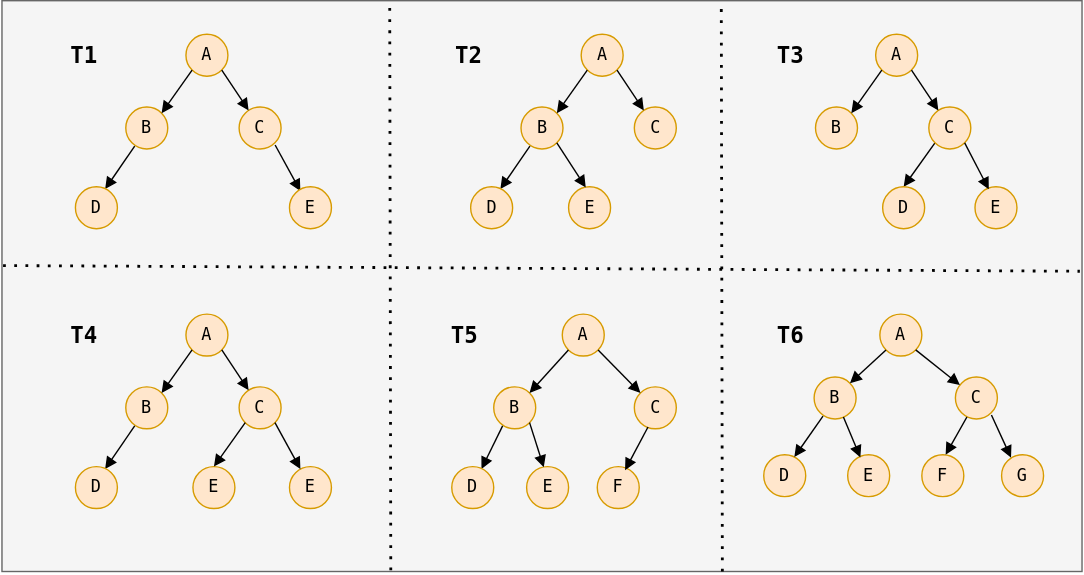
This is public/diagrams/binary-tree-type-examples.svg from datkumar/code-journal, a draw.io export, as it was before one commit. Source tidied: cells renumbered, new cells last; positions are measured from the earlier drawing's top-left corner, leaving out a move shared by most shapes. The source it was exported from:
```xml
<mxGraphModel>
  <root>
    <mxCell id="0" />
    <mxCell id="1" parent="0" />
    <mxCell id="2" style="rounded=0;whiteSpace=wrap;html=1;fillColor=#f5f5f5;fontColor=#000000;strokeColor=#666666;fontFamily=monospace;" parent="1" vertex="1">
      <mxGeometry x="0.5" width="772" height="408" as="geometry" />
    </mxCell>
    <mxCell id="3" value="T1" style="text;html=1;align=center;verticalAlign=middle;whiteSpace=wrap;rounded=0;fontFamily=monospace;fontSize=16;fontStyle=1;fontColor=#000000;" parent="1" vertex="1">
      <mxGeometry x="36" y="24" width="47" height="30" as="geometry" />
    </mxCell>
    <mxCell id="4" value="A" style="ellipse;whiteSpace=wrap;html=1;fillColor=#ffe6cc;strokeColor=#d79b00;fontFamily=monospace;fontColor=#000000;" parent="1" vertex="1">
      <mxGeometry x="628" y="224" width="30" height="30" as="geometry" />
    </mxCell>
    <mxCell id="5" value="B" style="ellipse;whiteSpace=wrap;html=1;fillColor=#ffe6cc;strokeColor=#d79b00;fontFamily=monospace;fontColor=#000000;" parent="1" vertex="1">
      <mxGeometry x="581" y="269" width="30" height="30" as="geometry" />
    </mxCell>
    <mxCell id="6" value="D" style="ellipse;whiteSpace=wrap;html=1;fillColor=#ffe6cc;strokeColor=#d79b00;fontFamily=monospace;fontColor=#000000;" parent="1" vertex="1">
      <mxGeometry x="545" y="324.5" width="30" height="30" as="geometry" />
    </mxCell>
    <mxCell id="7" style="endArrow=block;html=1;rounded=0;exitX=0;exitY=1;exitDx=0;exitDy=0;entryX=1;entryY=0;entryDx=0;entryDy=0;endFill=1;strokeColor=light-dark(#000000,#000000);startFill=0;fontFamily=monospace;fontColor=#000000;" parent="1" edge="1" source="4" target="5">
      <mxGeometry relative="1" as="geometry" />
    </mxCell>
    <mxCell id="8" style="endArrow=block;html=1;rounded=0;exitX=0.212;exitY=0.931;exitDx=0;exitDy=0;entryX=0.728;entryY=0.056;entryDx=0;entryDy=0;entryPerimeter=0;endFill=1;strokeColor=light-dark(#000000,#000000);startFill=0;exitPerimeter=0;fontFamily=monospace;fontColor=#000000;" parent="1" edge="1" source="5" target="6">
      <mxGeometry relative="1" as="geometry" />
    </mxCell>
    <mxCell id="9" value="C" style="ellipse;whiteSpace=wrap;html=1;fillColor=#ffe6cc;strokeColor=#d79b00;fontFamily=monospace;fontColor=#000000;" parent="1" vertex="1">
      <mxGeometry x="682" y="269" width="30" height="30" as="geometry" />
    </mxCell>
    <mxCell id="10" style="endArrow=block;html=1;rounded=0;exitX=1;exitY=1;exitDx=0;exitDy=0;endFill=1;strokeColor=light-dark(#000000,#000000);startFill=0;fontFamily=monospace;fontColor=#000000;" parent="1" edge="1" source="4" target="9">
      <mxGeometry relative="1" as="geometry" />
    </mxCell>
    <mxCell id="11" value="E" style="ellipse;whiteSpace=wrap;html=1;fillColor=#ffe6cc;strokeColor=#d79b00;fontFamily=monospace;fontColor=#000000;" parent="1" vertex="1">
      <mxGeometry x="605" y="324.5" width="30" height="30" as="geometry" />
    </mxCell>
    <mxCell id="12" style="endArrow=block;html=1;rounded=0;exitX=0.698;exitY=0.95;exitDx=0;exitDy=0;endFill=1;strokeColor=light-dark(#000000,#000000);startFill=0;fontFamily=monospace;fontColor=#000000;entryX=0.302;entryY=0.067;entryDx=0;entryDy=0;entryPerimeter=0;exitPerimeter=0;" parent="1" edge="1" source="5" target="11">
      <mxGeometry relative="1" as="geometry" />
    </mxCell>
    <mxCell id="13" value="F" style="ellipse;whiteSpace=wrap;html=1;fillColor=#ffe6cc;strokeColor=#d79b00;fontFamily=monospace;fontColor=#000000;" parent="1" vertex="1">
      <mxGeometry x="658" y="324.5" width="30" height="30" as="geometry" />
    </mxCell>
    <mxCell id="14" value="G" style="ellipse;whiteSpace=wrap;html=1;fillColor=#ffe6cc;strokeColor=#d79b00;fontFamily=monospace;fontColor=#000000;" parent="1" vertex="1">
      <mxGeometry x="715" y="324.5" width="30" height="30" as="geometry" />
    </mxCell>
    <mxCell id="15" style="endArrow=block;html=1;rounded=0;exitX=0.274;exitY=0.952;exitDx=0;exitDy=0;entryX=0.567;entryY=0;entryDx=0;entryDy=0;entryPerimeter=0;endFill=1;strokeColor=light-dark(#000000,#000000);startFill=0;exitPerimeter=0;fontFamily=monospace;fontColor=#000000;" parent="1" edge="1" source="9" target="13">
      <mxGeometry relative="1" as="geometry" />
    </mxCell>
    <mxCell id="16" style="endArrow=block;html=1;rounded=0;exitX=0.858;exitY=0.904;exitDx=0;exitDy=0;endFill=1;strokeColor=light-dark(#000000,#000000);startFill=0;fontFamily=monospace;fontColor=#000000;entryX=0.225;entryY=0.072;entryDx=0;entryDy=0;entryPerimeter=0;exitPerimeter=0;" parent="1" edge="1" source="9" target="14">
      <mxGeometry relative="1" as="geometry" />
    </mxCell>
    <mxCell id="17" value="A" style="ellipse;whiteSpace=wrap;html=1;fillColor=#ffe6cc;strokeColor=#d79b00;fontFamily=monospace;fontColor=#000000;" parent="1" vertex="1">
      <mxGeometry x="132" y="24" width="30" height="30" as="geometry" />
    </mxCell>
    <mxCell id="18" value="B" style="ellipse;whiteSpace=wrap;html=1;fillColor=#ffe6cc;strokeColor=#d79b00;fontFamily=monospace;fontColor=#000000;" parent="1" vertex="1">
      <mxGeometry x="89" y="76" width="30" height="30" as="geometry" />
    </mxCell>
    <mxCell id="19" style="endArrow=block;html=1;rounded=0;exitX=0;exitY=1;exitDx=0;exitDy=0;entryX=1;entryY=0;entryDx=0;entryDy=0;endFill=1;strokeColor=light-dark(#000000,#000000);startFill=0;fontFamily=monospace;fontColor=#000000;" parent="1" edge="1" source="17" target="18">
      <mxGeometry relative="1" as="geometry" />
    </mxCell>
    <mxCell id="20" style="endArrow=block;html=1;rounded=0;exitX=0.212;exitY=0.931;exitDx=0;exitDy=0;entryX=0.708;entryY=0.056;entryDx=0;entryDy=0;entryPerimeter=0;endFill=1;strokeColor=light-dark(#000000,#000000);startFill=0;exitPerimeter=0;fontFamily=monospace;fontColor=#000000;" parent="1" edge="1" source="18" target="24">
      <mxGeometry relative="1" as="geometry" />
    </mxCell>
    <mxCell id="21" value="C" style="ellipse;whiteSpace=wrap;html=1;fillColor=#ffe6cc;strokeColor=#d79b00;fontFamily=monospace;fontColor=#000000;" parent="1" vertex="1">
      <mxGeometry x="170" y="76" width="30" height="30" as="geometry" />
    </mxCell>
    <mxCell id="22" style="endArrow=block;html=1;rounded=0;exitX=1;exitY=1;exitDx=0;exitDy=0;endFill=1;strokeColor=light-dark(#000000,#000000);startFill=0;fontFamily=monospace;fontColor=#000000;" parent="1" edge="1" source="17" target="21">
      <mxGeometry relative="1" as="geometry" />
    </mxCell>
    <mxCell id="23" style="endArrow=block;html=1;rounded=0;exitX=0.858;exitY=0.904;exitDx=0;exitDy=0;endFill=1;strokeColor=light-dark(#000000,#000000);startFill=0;fontFamily=monospace;fontColor=#000000;exitPerimeter=0;entryX=0.26;entryY=0.104;entryDx=0;entryDy=0;entryPerimeter=0;" parent="1" edge="1" source="21" target="25">
      <mxGeometry relative="1" as="geometry" />
    </mxCell>
    <mxCell id="24" value="D" style="ellipse;whiteSpace=wrap;html=1;fillColor=#ffe6cc;strokeColor=#d79b00;fontFamily=monospace;fontColor=#000000;" parent="1" vertex="1">
      <mxGeometry x="53" y="133" width="30" height="30" as="geometry" />
    </mxCell>
    <mxCell id="25" value="E" style="ellipse;whiteSpace=wrap;html=1;fillColor=#ffe6cc;strokeColor=#d79b00;fontFamily=monospace;fontColor=#000000;" parent="1" vertex="1">
      <mxGeometry x="206" y="133" width="30" height="30" as="geometry" />
    </mxCell>
    <mxCell id="26" value="A" style="ellipse;whiteSpace=wrap;html=1;fillColor=#ffe6cc;strokeColor=#d79b00;fontFamily=monospace;fontColor=#000000;" parent="1" vertex="1">
      <mxGeometry x="401" y="224" width="30" height="30" as="geometry" />
    </mxCell>
    <mxCell id="27" value="B" style="ellipse;whiteSpace=wrap;html=1;fillColor=#ffe6cc;strokeColor=#d79b00;fontFamily=monospace;fontColor=#000000;" parent="1" vertex="1">
      <mxGeometry x="352" y="276" width="30" height="30" as="geometry" />
    </mxCell>
    <mxCell id="28" style="endArrow=block;html=1;rounded=0;exitX=0;exitY=1;exitDx=0;exitDy=0;entryX=1;entryY=0;entryDx=0;entryDy=0;endFill=1;strokeColor=light-dark(#000000,#000000);startFill=0;fontFamily=monospace;fontColor=#000000;" parent="1" edge="1" source="26" target="27">
      <mxGeometry relative="1" as="geometry" />
    </mxCell>
    <mxCell id="29" style="endArrow=block;html=1;rounded=0;exitX=0.212;exitY=0.931;exitDx=0;exitDy=0;entryX=0.708;entryY=0.056;entryDx=0;entryDy=0;entryPerimeter=0;endFill=1;strokeColor=light-dark(#000000,#000000);startFill=0;exitPerimeter=0;fontFamily=monospace;fontColor=#000000;" parent="1" edge="1" source="27" target="32">
      <mxGeometry relative="1" as="geometry" />
    </mxCell>
    <mxCell id="30" value="C" style="ellipse;whiteSpace=wrap;html=1;fillColor=#ffe6cc;strokeColor=#d79b00;fontFamily=monospace;fontColor=#000000;" parent="1" vertex="1">
      <mxGeometry x="452.5" y="276" width="30" height="30" as="geometry" />
    </mxCell>
    <mxCell id="31" style="endArrow=block;html=1;rounded=0;exitX=1;exitY=1;exitDx=0;exitDy=0;endFill=1;strokeColor=light-dark(#000000,#000000);startFill=0;fontFamily=monospace;fontColor=#000000;" parent="1" edge="1" source="26" target="30">
      <mxGeometry relative="1" as="geometry" />
    </mxCell>
    <mxCell id="32" value="D" style="ellipse;whiteSpace=wrap;html=1;fillColor=#ffe6cc;strokeColor=#d79b00;fontFamily=monospace;fontColor=#000000;" parent="1" vertex="1">
      <mxGeometry x="322" y="333" width="30" height="30" as="geometry" />
    </mxCell>
    <mxCell id="33" value="E" style="ellipse;whiteSpace=wrap;html=1;fillColor=#ffe6cc;strokeColor=#d79b00;fontFamily=monospace;fontColor=#000000;" parent="1" vertex="1">
      <mxGeometry x="375.5" y="333" width="30" height="30" as="geometry" />
    </mxCell>
    <mxCell id="34" style="endArrow=block;html=1;rounded=0;exitX=1;exitY=1;exitDx=0;exitDy=0;endFill=1;strokeColor=light-dark(#000000,#000000);startFill=0;fontFamily=monospace;fontColor=#000000;entryX=0.409;entryY=0.018;entryDx=0;entryDy=0;entryPerimeter=0;" parent="1" edge="1" source="27" target="33">
      <mxGeometry relative="1" as="geometry" />
    </mxCell>
    <mxCell id="35" value="A" style="ellipse;whiteSpace=wrap;html=1;fillColor=#ffe6cc;strokeColor=#d79b00;fontFamily=monospace;fontColor=#000000;" parent="1" vertex="1">
      <mxGeometry x="625" y="24" width="30" height="30" as="geometry" />
    </mxCell>
    <mxCell id="36" value="B" style="ellipse;whiteSpace=wrap;html=1;fillColor=#ffe6cc;strokeColor=#d79b00;fontFamily=monospace;fontColor=#000000;" parent="1" vertex="1">
      <mxGeometry x="582" y="76" width="30" height="30" as="geometry" />
    </mxCell>
    <mxCell id="37" style="endArrow=block;html=1;rounded=0;exitX=0;exitY=1;exitDx=0;exitDy=0;entryX=1;entryY=0;entryDx=0;entryDy=0;endFill=1;strokeColor=light-dark(#000000,#000000);startFill=0;fontFamily=monospace;fontColor=#000000;" parent="1" edge="1" source="35" target="36">
      <mxGeometry relative="1" as="geometry" />
    </mxCell>
    <mxCell id="38" style="endArrow=block;html=1;rounded=0;exitX=0;exitY=1;exitDx=0;exitDy=0;entryX=0.5;entryY=0;entryDx=0;entryDy=0;endFill=1;strokeColor=light-dark(#000000,#000000);startFill=0;fontFamily=monospace;fontColor=#000000;" parent="1" edge="1" source="39" target="41">
      <mxGeometry relative="1" as="geometry" />
    </mxCell>
    <mxCell id="39" value="C" style="ellipse;whiteSpace=wrap;html=1;fillColor=#ffe6cc;strokeColor=#d79b00;fontFamily=monospace;fontColor=#000000;" parent="1" vertex="1">
      <mxGeometry x="663" y="76" width="30" height="30" as="geometry" />
    </mxCell>
    <mxCell id="40" style="endArrow=block;html=1;rounded=0;exitX=1;exitY=1;exitDx=0;exitDy=0;endFill=1;strokeColor=light-dark(#000000,#000000);startFill=0;fontFamily=monospace;fontColor=#000000;" parent="1" edge="1" source="35" target="39">
      <mxGeometry relative="1" as="geometry" />
    </mxCell>
    <mxCell id="41" value="D" style="ellipse;whiteSpace=wrap;html=1;fillColor=#ffe6cc;strokeColor=#d79b00;fontFamily=monospace;fontColor=#000000;" parent="1" vertex="1">
      <mxGeometry x="630" y="133" width="30" height="30" as="geometry" />
    </mxCell>
    <mxCell id="42" value="E" style="ellipse;whiteSpace=wrap;html=1;fillColor=#ffe6cc;strokeColor=#d79b00;fontFamily=monospace;fontColor=#000000;" parent="1" vertex="1">
      <mxGeometry x="696" y="133" width="30" height="30" as="geometry" />
    </mxCell>
    <mxCell id="43" style="endArrow=block;html=1;rounded=0;exitX=1;exitY=1;exitDx=0;exitDy=0;endFill=1;strokeColor=light-dark(#000000,#000000);startFill=0;fontFamily=monospace;fontColor=#000000;entryX=0.329;entryY=0.062;entryDx=0;entryDy=0;entryPerimeter=0;" parent="1" edge="1" source="39" target="42">
      <mxGeometry relative="1" as="geometry" />
    </mxCell>
    <mxCell id="44" value="A" style="ellipse;whiteSpace=wrap;html=1;fillColor=#ffe6cc;strokeColor=#d79b00;fontFamily=monospace;fontColor=#000000;" parent="1" vertex="1">
      <mxGeometry x="132" y="224" width="30" height="30" as="geometry" />
    </mxCell>
    <mxCell id="45" value="B" style="ellipse;whiteSpace=wrap;html=1;fillColor=#ffe6cc;strokeColor=#d79b00;fontFamily=monospace;fontColor=#000000;" parent="1" vertex="1">
      <mxGeometry x="89" y="276" width="30" height="30" as="geometry" />
    </mxCell>
    <mxCell id="46" style="endArrow=block;html=1;rounded=0;exitX=0;exitY=1;exitDx=0;exitDy=0;entryX=1;entryY=0;entryDx=0;entryDy=0;endFill=1;strokeColor=light-dark(#000000,#000000);startFill=0;fontFamily=monospace;fontColor=#000000;" parent="1" edge="1" source="44" target="45">
      <mxGeometry relative="1" as="geometry" />
    </mxCell>
    <mxCell id="47" style="endArrow=block;html=1;rounded=0;exitX=0.212;exitY=0.931;exitDx=0;exitDy=0;entryX=0.708;entryY=0.056;entryDx=0;entryDy=0;entryPerimeter=0;endFill=1;strokeColor=light-dark(#000000,#000000);startFill=0;exitPerimeter=0;fontFamily=monospace;fontColor=#000000;" parent="1" edge="1" source="45" target="50">
      <mxGeometry relative="1" as="geometry" />
    </mxCell>
    <mxCell id="48" value="C" style="ellipse;whiteSpace=wrap;html=1;fillColor=#ffe6cc;strokeColor=#d79b00;fontFamily=monospace;fontColor=#000000;" parent="1" vertex="1">
      <mxGeometry x="170" y="276" width="30" height="30" as="geometry" />
    </mxCell>
    <mxCell id="49" style="endArrow=block;html=1;rounded=0;exitX=1;exitY=1;exitDx=0;exitDy=0;endFill=1;strokeColor=light-dark(#000000,#000000);startFill=0;fontFamily=monospace;fontColor=#000000;" parent="1" edge="1" source="44" target="48">
      <mxGeometry relative="1" as="geometry" />
    </mxCell>
    <mxCell id="50" value="D" style="ellipse;whiteSpace=wrap;html=1;fillColor=#ffe6cc;strokeColor=#d79b00;fontFamily=monospace;fontColor=#000000;" parent="1" vertex="1">
      <mxGeometry x="53" y="333" width="30" height="30" as="geometry" />
    </mxCell>
    <mxCell id="51" value="E" style="ellipse;whiteSpace=wrap;html=1;fillColor=#ffe6cc;strokeColor=#d79b00;fontFamily=monospace;fontColor=#000000;" parent="1" vertex="1">
      <mxGeometry x="137" y="333" width="30" height="30" as="geometry" />
    </mxCell>
    <mxCell id="52" style="endArrow=block;html=1;rounded=0;exitX=0;exitY=1;exitDx=0;exitDy=0;entryX=0.5;entryY=0;entryDx=0;entryDy=0;endFill=1;strokeColor=light-dark(#000000,#000000);startFill=0;fontFamily=monospace;fontColor=#000000;" parent="1" edge="1" source="48" target="51">
      <mxGeometry relative="1" as="geometry" />
    </mxCell>
    <mxCell id="53" value="E" style="ellipse;whiteSpace=wrap;html=1;fillColor=#ffe6cc;strokeColor=#d79b00;fontFamily=monospace;fontColor=#000000;" parent="1" vertex="1">
      <mxGeometry x="206" y="333" width="30" height="30" as="geometry" />
    </mxCell>
    <mxCell id="54" style="endArrow=block;html=1;rounded=0;exitX=1;exitY=1;exitDx=0;exitDy=0;endFill=1;strokeColor=light-dark(#000000,#000000);startFill=0;fontFamily=monospace;fontColor=#000000;" parent="1" edge="1" source="48" target="53">
      <mxGeometry relative="1" as="geometry" />
    </mxCell>
    <mxCell id="55" value="F" style="ellipse;whiteSpace=wrap;html=1;fillColor=#ffe6cc;strokeColor=#d79b00;fontFamily=monospace;fontColor=#000000;" parent="1" vertex="1">
      <mxGeometry x="426" y="333" width="30" height="30" as="geometry" />
    </mxCell>
    <mxCell id="56" value="A" style="ellipse;whiteSpace=wrap;html=1;fillColor=#ffe6cc;strokeColor=#d79b00;fontFamily=monospace;fontColor=#000000;" parent="1" vertex="1">
      <mxGeometry x="414.5" y="24" width="30" height="30" as="geometry" />
    </mxCell>
    <mxCell id="57" value="B" style="ellipse;whiteSpace=wrap;html=1;fillColor=#ffe6cc;strokeColor=#d79b00;fontFamily=monospace;fontColor=#000000;" parent="1" vertex="1">
      <mxGeometry x="371.5" y="76" width="30" height="30" as="geometry" />
    </mxCell>
    <mxCell id="58" style="endArrow=block;html=1;rounded=0;exitX=0;exitY=1;exitDx=0;exitDy=0;entryX=1;entryY=0;entryDx=0;entryDy=0;endFill=1;strokeColor=light-dark(#000000,#000000);startFill=0;fontFamily=monospace;fontColor=#000000;" parent="1" edge="1" source="56" target="57">
      <mxGeometry relative="1" as="geometry" />
    </mxCell>
    <mxCell id="59" style="endArrow=block;html=1;rounded=0;exitX=0.212;exitY=0.931;exitDx=0;exitDy=0;entryX=0.708;entryY=0.056;entryDx=0;entryDy=0;entryPerimeter=0;endFill=1;strokeColor=light-dark(#000000,#000000);startFill=0;exitPerimeter=0;fontFamily=monospace;fontColor=#000000;" parent="1" edge="1" source="57" target="62">
      <mxGeometry relative="1" as="geometry" />
    </mxCell>
    <mxCell id="60" value="C" style="ellipse;whiteSpace=wrap;html=1;fillColor=#ffe6cc;strokeColor=#d79b00;fontFamily=monospace;fontColor=#000000;" parent="1" vertex="1">
      <mxGeometry x="452.5" y="76" width="30" height="30" as="geometry" />
    </mxCell>
    <mxCell id="61" style="endArrow=block;html=1;rounded=0;exitX=1;exitY=1;exitDx=0;exitDy=0;endFill=1;strokeColor=light-dark(#000000,#000000);startFill=0;fontFamily=monospace;fontColor=#000000;" parent="1" edge="1" source="56" target="60">
      <mxGeometry relative="1" as="geometry" />
    </mxCell>
    <mxCell id="62" value="D" style="ellipse;whiteSpace=wrap;html=1;fillColor=#ffe6cc;strokeColor=#d79b00;fontFamily=monospace;fontColor=#000000;" parent="1" vertex="1">
      <mxGeometry x="335.5" y="133" width="30" height="30" as="geometry" />
    </mxCell>
    <mxCell id="63" value="E" style="ellipse;whiteSpace=wrap;html=1;fillColor=#ffe6cc;strokeColor=#d79b00;fontFamily=monospace;fontColor=#000000;" parent="1" vertex="1">
      <mxGeometry x="405.5" y="133" width="30" height="30" as="geometry" />
    </mxCell>
    <mxCell id="64" style="endArrow=block;html=1;rounded=0;exitX=1;exitY=1;exitDx=0;exitDy=0;endFill=1;strokeColor=light-dark(#000000,#000000);startFill=0;fontFamily=monospace;fontColor=#000000;entryX=0.409;entryY=0.018;entryDx=0;entryDy=0;entryPerimeter=0;" parent="1" edge="1" source="57" target="63">
      <mxGeometry relative="1" as="geometry" />
    </mxCell>
    <mxCell id="65" style="endArrow=none;dashed=1;html=1;dashPattern=1 3;strokeWidth=2;rounded=0;entryX=0.359;entryY=0.002;entryDx=0;entryDy=0;entryPerimeter=0;exitX=0.36;exitY=0.998;exitDx=0;exitDy=0;exitPerimeter=0;fontColor=#000000;fontFamily=monospace;strokeColor=#000000;" parent="1" edge="1" source="2" target="2">
      <mxGeometry relative="1" as="geometry" />
    </mxCell>
    <mxCell id="66" style="endArrow=none;dashed=1;html=1;dashPattern=1 3;strokeWidth=2;rounded=0;entryX=0.666;entryY=0.005;entryDx=0;entryDy=0;entryPerimeter=0;exitX=0.667;exitY=1;exitDx=0;exitDy=0;exitPerimeter=0;fontColor=#000000;fontFamily=monospace;strokeColor=#000000;" parent="1" edge="1" source="2" target="2">
      <mxGeometry relative="1" as="geometry" />
    </mxCell>
    <mxCell id="67" style="endArrow=none;dashed=1;html=1;dashPattern=1 3;strokeWidth=2;rounded=0;exitX=0.001;exitY=0.464;exitDx=0;exitDy=0;entryX=0.998;entryY=0.474;entryDx=0;entryDy=0;exitPerimeter=0;entryPerimeter=0;fontColor=#000000;fontFamily=monospace;strokeColor=#000000;" parent="1" edge="1" source="2" target="2">
      <mxGeometry relative="1" as="geometry" />
    </mxCell>
    <mxCell id="68" value="T2" style="text;html=1;align=center;verticalAlign=middle;whiteSpace=wrap;rounded=0;fontFamily=monospace;fontSize=16;fontStyle=1;fontColor=#000000;" parent="1" vertex="1">
      <mxGeometry x="311" y="24" width="47" height="30" as="geometry" />
    </mxCell>
    <mxCell id="69" value="T3" style="text;html=1;align=center;verticalAlign=middle;whiteSpace=wrap;rounded=0;fontFamily=monospace;fontSize=16;fontStyle=1;fontColor=#000000;" parent="1" vertex="1">
      <mxGeometry x="541" y="24" width="47" height="30" as="geometry" />
    </mxCell>
    <mxCell id="70" value="T4" style="text;html=1;align=center;verticalAlign=middle;whiteSpace=wrap;rounded=0;fontFamily=monospace;fontSize=16;fontStyle=1;fontColor=#000000;" parent="1" vertex="1">
      <mxGeometry x="36" y="224" width="47" height="30" as="geometry" />
    </mxCell>
    <mxCell id="71" value="T5" style="text;html=1;align=center;verticalAlign=middle;whiteSpace=wrap;rounded=0;fontFamily=monospace;fontSize=16;fontStyle=1;fontColor=#000000;" parent="1" vertex="1">
      <mxGeometry x="308" y="224" width="47" height="30" as="geometry" />
    </mxCell>
    <mxCell id="72" value="T6" style="text;html=1;align=center;verticalAlign=middle;whiteSpace=wrap;rounded=0;fontFamily=monospace;fontSize=16;fontStyle=1;fontColor=#000000;" parent="1" vertex="1">
      <mxGeometry x="541" y="224" width="47" height="30" as="geometry" />
    </mxCell>
    <mxCell id="73" style="endArrow=block;html=1;rounded=0;exitX=0.326;exitY=0.957;exitDx=0;exitDy=0;entryX=0.663;entryY=0.085;entryDx=0;entryDy=0;endFill=1;strokeColor=light-dark(#000000,#000000);startFill=0;fontFamily=monospace;fontColor=#000000;entryPerimeter=0;exitPerimeter=0;" parent="1" edge="1" source="30" target="55">
      <mxGeometry relative="1" as="geometry" />
    </mxCell>
  </root>
</mxGraphModel>
```
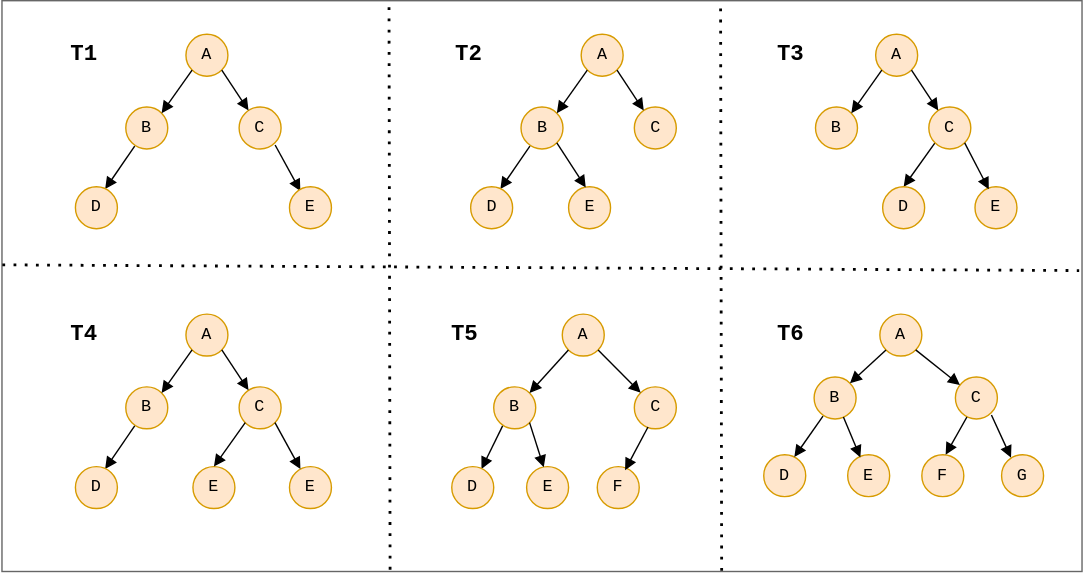
Above is the later version.

What changed in the source:
```diff
@@ -2,7 +2,7 @@
   <root>
     <mxCell id="0" />
     <mxCell id="1" parent="0" />
-    <mxCell id="2" style="rounded=0;whiteSpace=wrap;html=1;fillColor=#f5f5f5;fontColor=#000000;strokeColor=#666666;fontFamily=monospace;" parent="1" vertex="1">
+    <mxCell id="2" style="rounded=0;whiteSpace=wrap;html=1;fillColor=light-dark(#FFFFFF,#FFFFFF);fontColor=#000000;strokeColor=#666666;fontFamily=monospace;" parent="1" vertex="1">
       <mxGeometry x="0.5" width="772" height="408" as="geometry" />
     </mxCell>
     <mxCell id="3" value="T1" style="text;html=1;align=center;verticalAlign=middle;whiteSpace=wrap;rounded=0;fontFamily=monospace;fontSize=16;fontStyle=1;fontColor=#000000;" parent="1" vertex="1">
```
